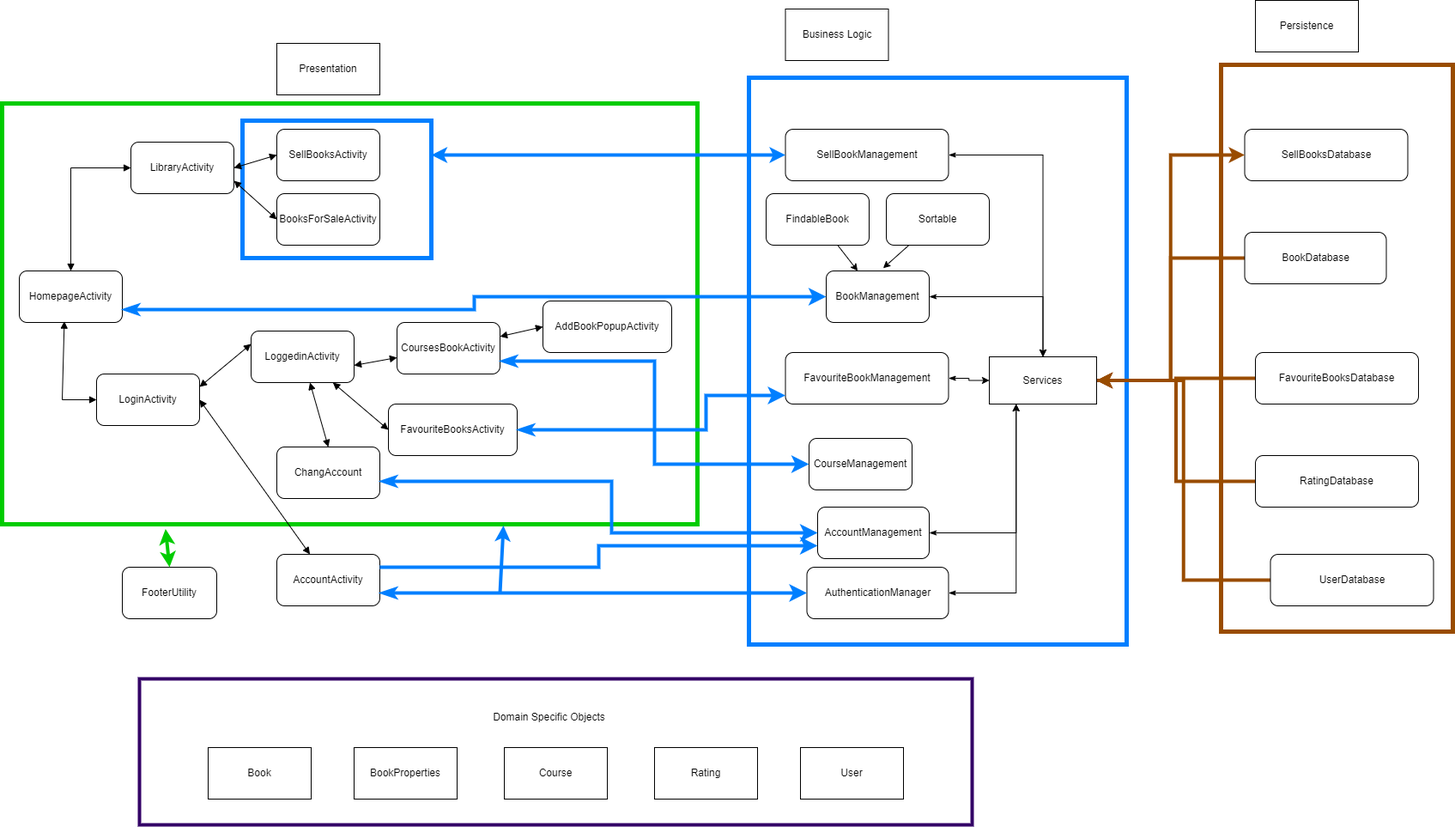
HeetPatel07/Software-Engineering- keeps this draw.io diagram as doc/Architecture2.png. Above is the earlier version. Source tidied: cells renumbered, new cells last; positions are measured from the earlier drawing's top-left corner, leaving out a move shared by most shapes.
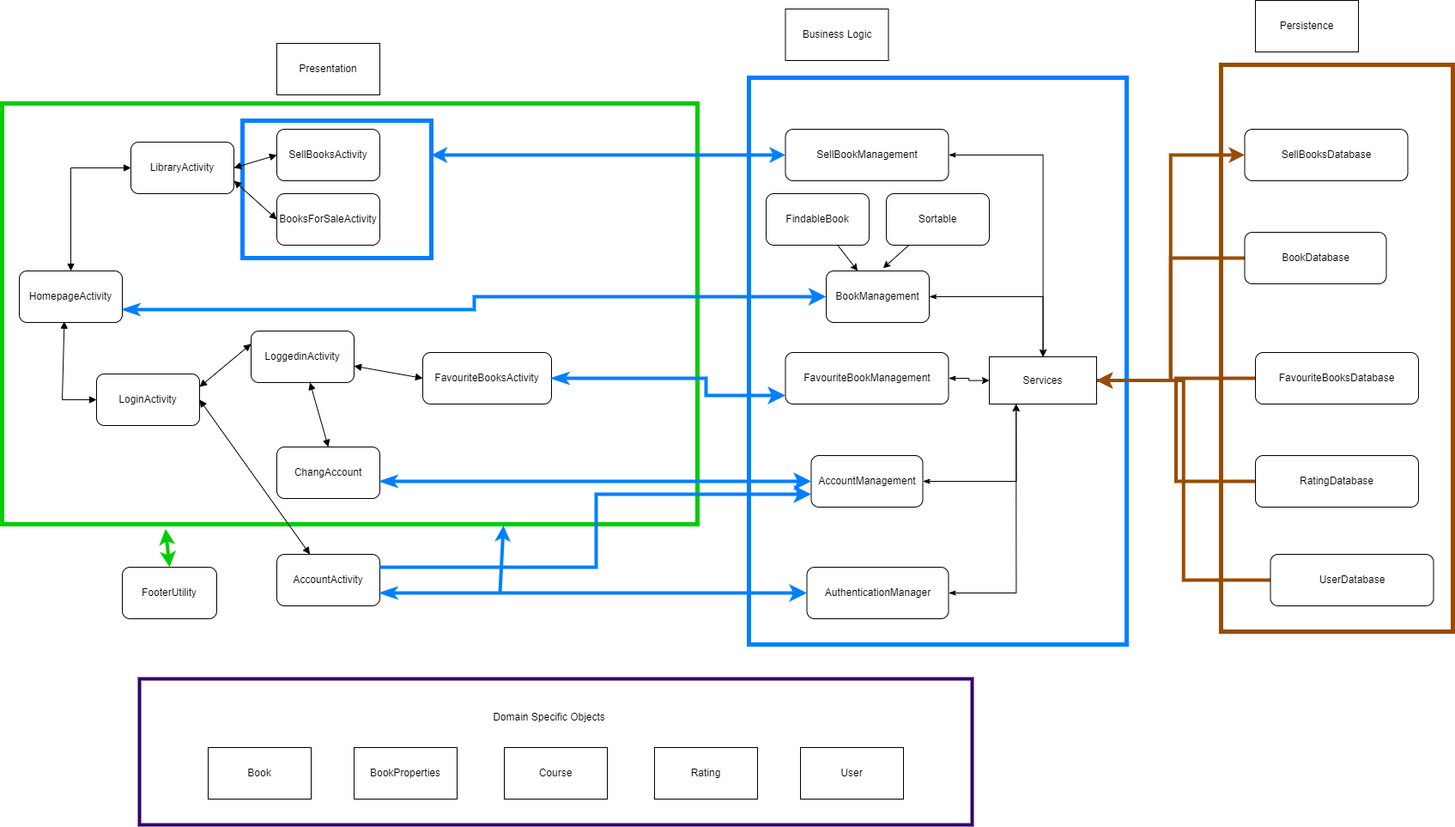
The same file after the commit.

The edit, as a diff of the source:
```diff
@@ -29,9 +29,6 @@
     <mxCell id="10" value="ChangAccount" style="rounded=1;whiteSpace=wrap;html=1;" parent="1" vertex="1">
       <mxGeometry x="320" y="520" width="120" height="60" as="geometry" />
     </mxCell>
-    <mxCell id="11" value="CoursesBookActivity" style="rounded=1;whiteSpace=wrap;html=1;" parent="1" vertex="1">
-      <mxGeometry x="460" y="375" width="120" height="60" as="geometry" />
-    </mxCell>
     <mxCell id="12" style="endArrow=block;startArrow=block;endFill=1;startFill=1;html=1;rounded=0;entryX=0;entryY=0.5;entryDx=0;entryDy=0;exitX=0.437;exitY=0.977;exitDx=0;exitDy=0;exitPerimeter=0;" parent="1" edge="1" source="5" target="7">
       <mxGeometry relative="1" as="geometry">
         <Array as="points">
@@ -55,11 +52,6 @@
     <mxCell id="16" style="endArrow=block;startArrow=block;endFill=1;startFill=1;html=1;rounded=0;entryX=0.5;entryY=0;entryDx=0;entryDy=0;" parent="1" edge="1" source="8" target="10">
       <mxGeometry relative="1" as="geometry" />
     </mxCell>
-    <mxCell id="17" style="endArrow=block;startArrow=block;endFill=1;startFill=1;html=1;rounded=0;" parent="1" edge="1" target="11">
-      <mxGeometry relative="1" as="geometry">
-        <mxPoint x="410" y="425" as="sourcePoint" />
-      </mxGeometry>
-    </mxCell>
     <mxCell id="18" value="SellBooksActivity" style="rounded=1;whiteSpace=wrap;html=1;" parent="1" vertex="1">
       <mxGeometry x="320" y="150" width="120" height="60" as="geometry" />
     </mxCell>
@@ -74,14 +66,8 @@
     <mxCell id="21" style="endArrow=block;startArrow=block;endFill=1;startFill=1;html=1;rounded=0;entryX=0;entryY=0.5;entryDx=0;entryDy=0;exitX=1;exitY=0.75;exitDx=0;exitDy=0;" parent="1" edge="1" source="6" target="20">
       <mxGeometry relative="1" as="geometry" />
     </mxCell>
-    <mxCell id="22" value="AddBookPopupActivity" style="rounded=1;whiteSpace=wrap;html=1;" parent="1" vertex="1">
-      <mxGeometry x="630" y="350" width="150" height="60" as="geometry" />
-    </mxCell>
-    <mxCell id="23" style="endArrow=block;startArrow=block;endFill=1;startFill=1;html=1;rounded=0;entryX=0;entryY=0.5;entryDx=0;entryDy=0;" parent="1" edge="1" source="11" target="22">
-      <mxGeometry relative="1" as="geometry" />
-    </mxCell>
     <mxCell id="24" value="FavouriteBooksActivity" style="rounded=1;whiteSpace=wrap;html=1;" parent="1" vertex="1">
-      <mxGeometry x="450" y="470" width="150" height="60" as="geometry" />
+      <mxGeometry x="490" y="410" width="150" height="60" as="geometry" />
     </mxCell>
     <mxCell id="25" value="FooterUtility" style="rounded=1;whiteSpace=wrap;html=1;" parent="1" vertex="1">
       <mxGeometry x="140" y="660" width="110" height="60" as="geometry" />
@@ -111,11 +97,8 @@
       <mxGeometry relative="1" as="geometry" />
     </mxCell>
     <mxCell id="34" value="AccountManagement" style="rounded=1;whiteSpace=wrap;html=1;" parent="1" vertex="1">
-      <mxGeometry x="950" y="590" width="130" height="60" as="geometry" />
+      <mxGeometry x="942.5" y="530" width="130" height="60" as="geometry" />
     </mxCell>
-    <mxCell id="35" value="CourseManagement" style="rounded=1;whiteSpace=wrap;html=1;" parent="1" vertex="1">
-      <mxGeometry x="940" y="510" width="120" height="60" as="geometry" />
-    </mxCell>
     <mxCell id="36" style="edgeStyle=orthogonalEdgeStyle;rounded=0;jettySize=auto;html=1;startArrow=classicThin;startFill=1;" parent="1" edge="1" source="37" target="60">
       <mxGeometry relative="1" as="geometry" />
     </mxCell>
@@ -146,11 +129,6 @@
         </Array>
       </mxGeometry>
     </mxCell>
-    <mxCell id="43" style="edgeStyle=elbowEdgeStyle;elbow=horizontal;endArrow=classic;html=1;curved=0;rounded=0;endSize=8;startSize=8;strokeWidth=4;strokeColor=#007FFF;startArrow=classicThin;startFill=1;" parent="1" edge="1" target="35">
-      <mxGeometry relative="1" as="geometry">
-        <mxPoint x="580" y="420" as="sourcePoint" />
-      </mxGeometry>
-    </mxCell>
     <mxCell id="44" style="endArrow=classic;startArrow=classic;html=1;rounded=0;entryX=0;entryY=0.5;entryDx=0;entryDy=0;exitX=1;exitY=0.25;exitDx=0;exitDy=0;strokeWidth=4;strokeColor=#007FFF;" parent="1" edge="1" source="4" target="39">
       <mxGeometry relative="1" as="geometry" />
     </mxCell>
```
